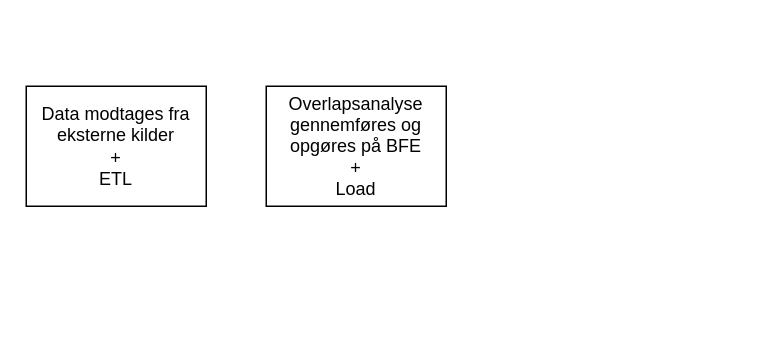
Zaladk/drawio keeps this draw.io diagram as SGAV dataflow.drawio. Above is the earlier version. Source tidied: cells renumbered, new cells numbered last; positions are measured from the earlier drawing's top-left corner, leaving out a move shared by most shapes. Both pictures are drawn from the tidied source at 150%, with x=0, y=0 at pixel (26, 86).
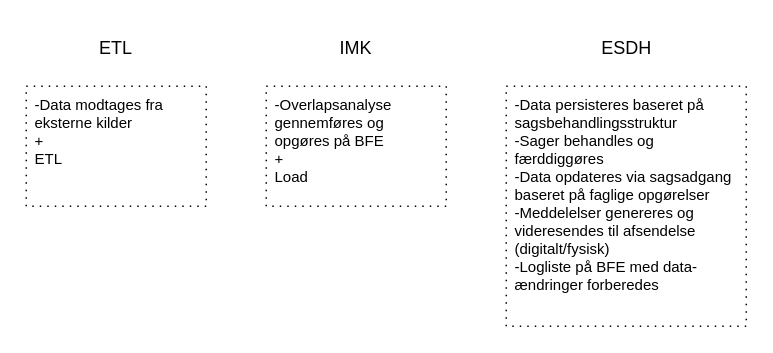
Above is the later version.

Diff of the diagram source:
```diff
@@
 <mxGraphModel>
   <root>
     <mxCell id="0" />
     <mxCell id="1" parent="0" />
-    <mxCell id="2" value="Data modtages fra eksterne kilder&lt;div&gt;+&lt;/div&gt;&lt;div&gt;ETL&lt;/div&gt;" style="rounded=0;whiteSpace=wrap;html=1;" parent="1" vertex="1">
+    <mxCell id="2" value="-Data modtages fra eksterne kilder&lt;div&gt;+&lt;/div&gt;&lt;div&gt;ETL&lt;/div&gt;" style="rounded=0;whiteSpace=wrap;html=1;verticalAlign=top;spacingLeft=4;spacingRight=4;strokeWidth=1;dashed=1;dashPattern=1 4;fontSize=10;align=left;" parent="1" vertex="1">
       <mxGeometry width="120" height="80" as="geometry" />
     </mxCell>
-    <mxCell id="3" value="Overlapsanalyse gennemføres og opgøres på BFE&lt;div&gt;+&lt;/div&gt;&lt;div&gt;Load&lt;/div&gt;" style="rounded=0;whiteSpace=wrap;html=1;" parent="1" vertex="1">
+    <mxCell id="3" value="-Overlapsanalyse gennemføres og opgøres på BFE&lt;div&gt;+&lt;/div&gt;&lt;div&gt;Load&lt;/div&gt;" style="rounded=0;whiteSpace=wrap;html=1;verticalAlign=top;spacingRight=4;spacingLeft=4;strokeWidth=1;dashed=1;dashPattern=1 4;fontSize=10;align=left;" parent="1" vertex="1">
       <mxGeometry x="160" width="120" height="80" as="geometry" />
     </mxCell>
+    <mxCell id="4" value="IMK" style="text;strokeColor=none;align=center;fillColor=none;html=1;verticalAlign=middle;whiteSpace=wrap;rounded=0;" parent="1" vertex="1">
+      <mxGeometry x="190" y="-40" width="60" height="30" as="geometry" />
+    </mxCell>
+    <mxCell id="5" value="ETL" style="text;strokeColor=none;align=center;fillColor=none;html=1;verticalAlign=middle;whiteSpace=wrap;rounded=0;" parent="1" vertex="1">
+      <mxGeometry x="30" y="-40" width="60" height="30" as="geometry" />
+    </mxCell>
+    <mxCell id="6" value="-Data persisteres baseret på sagsbehandlingsstruktur&lt;div&gt;-Sager behandles og færddiggøres&lt;br&gt;&lt;div&gt;-Data opdateres via sagsadgang baseret på faglige opgørelser&lt;/div&gt;&lt;/div&gt;&lt;div&gt;-Meddelelser genereres og videresendes til afsendelse (digitalt/fysisk)&lt;/div&gt;&lt;div&gt;-Logliste på BFE med data- ændringer forberedes&lt;/div&gt;" style="rounded=0;whiteSpace=wrap;html=1;verticalAlign=top;spacingRight=4;spacingLeft=4;strokeWidth=1;dashed=1;dashPattern=1 4;fontSize=10;align=left;" parent="1" vertex="1">
+      <mxGeometry x="320" width="160" height="160" as="geometry" />
+    </mxCell>
+    <mxCell id="7" value="ESDH" style="text;html=1;align=center;verticalAlign=middle;strokeColor=none;fillColor=none;" parent="1" vertex="1">
+      <mxGeometry x="370" y="-40" width="60" height="30" as="geometry" />
+    </mxCell>
   </root>
 </mxGraphModel>
```
